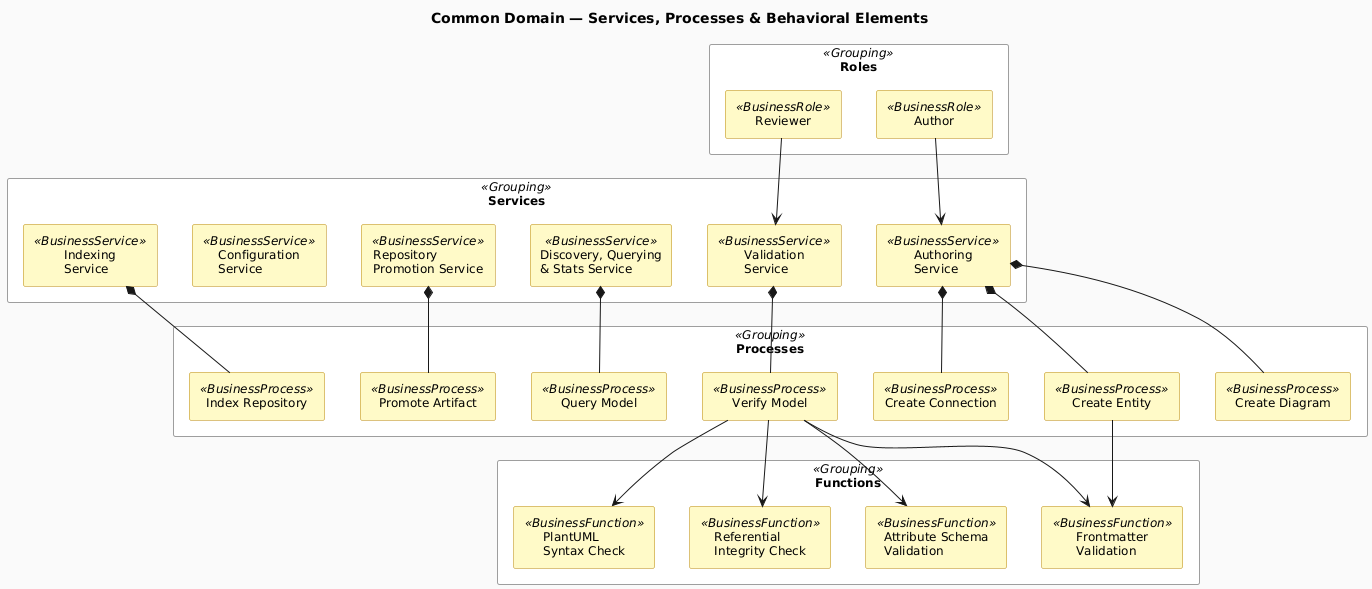
Above: engagements/ENG-ARCH-REPO/architecture-repository/diagram-catalog/diagrams/rendered/common-services-processes.png in mbauer83/assisted-architecture-management (PlantUML), before the change. The source it was exported from:
```plantuml
@startuml common-services-processes
!include ../_archimate-stereotypes.puml

title Common Domain — Services, Processes & Behavioral Elements

rectangle "Services" <<Grouping>> {
  rectangle "Authoring\nService" <<BusinessService>> as SRV_Au1Th1
  rectangle "Validation\nService" <<BusinessService>> as SRV_Ij6Kl6
  rectangle "Discovery, Querying\n& Stats Service" <<BusinessService>> as SRV_Qr8St8
  rectangle "Repository\nPromotion Service" <<BusinessService>> as SRV_Uv9Wx9
  rectangle "Configuration\nService" <<BusinessService>> as SRV_e5MCiF
  rectangle "Indexing\nService" <<BusinessService>> as SRV_3I3Dtc
}

rectangle "Processes" <<Grouping>> {
  rectangle "Create Entity" <<BusinessProcess>> as PRC_pFq3jC
  rectangle "Create Connection" <<BusinessProcess>> as PRC_ocenhK
  rectangle "Create Diagram" <<BusinessProcess>> as PRC_iGIf7W
  rectangle "Verify Model" <<BusinessProcess>> as PRC_oLRrwL
  rectangle "Index Repository" <<BusinessProcess>> as PRC_iJuFgE
  rectangle "Promote Artifact" <<BusinessProcess>> as PRC_0Rz5Ex
  rectangle "Query Model" <<BusinessProcess>> as PRC_vGhe4Z
}

rectangle "Functions" <<Grouping>> {
  rectangle "Frontmatter\nValidation" <<BusinessFunction>> as FNC_ahr0mT
  rectangle "Attribute Schema\nValidation" <<BusinessFunction>> as FNC_B_F_Sq
  rectangle "Referential\nIntegrity Check" <<BusinessFunction>> as FNC_eAkU8w
  rectangle "PlantUML\nSyntax Check" <<BusinessFunction>> as FNC_wIVwom
}

rectangle "Roles" <<Grouping>> {
  rectangle "Author" <<BusinessRole>> as ROL_deMuTj
  rectangle "Reviewer" <<BusinessRole>> as ROL_6VGCvh
}

SRV_Au1Th1 *-- PRC_pFq3jC
SRV_Au1Th1 *-- PRC_ocenhK
SRV_Au1Th1 *-- PRC_iGIf7W
SRV_Ij6Kl6 *-- PRC_oLRrwL
SRV_3I3Dtc *-- PRC_iJuFgE
SRV_Uv9Wx9 *-- PRC_0Rz5Ex
SRV_Qr8St8 *-- PRC_vGhe4Z

PRC_oLRrwL --> FNC_ahr0mT
PRC_oLRrwL --> FNC_B_F_Sq
PRC_oLRrwL --> FNC_eAkU8w
PRC_oLRrwL --> FNC_wIVwom
PRC_pFq3jC --> FNC_ahr0mT

ROL_deMuTj --> SRV_Au1Th1
ROL_6VGCvh --> SRV_Ij6Kl6

@enduml
```
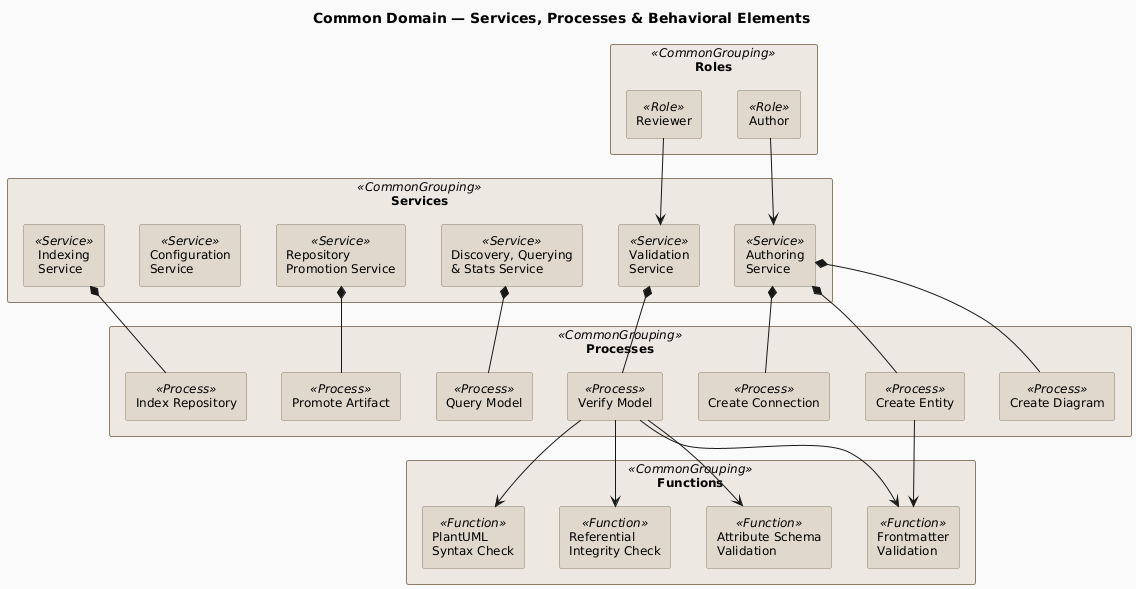
Later version of the same file.

The edit, as a diff of the source:
```diff
@@ -3,35 +3,35 @@
 
 title Common Domain — Services, Processes & Behavioral Elements
 
-rectangle "Services" <<Grouping>> {
-  rectangle "Authoring\nService" <<BusinessService>> as SRV_Au1Th1
-  rectangle "Validation\nService" <<BusinessService>> as SRV_Ij6Kl6
-  rectangle "Discovery, Querying\n& Stats Service" <<BusinessService>> as SRV_Qr8St8
-  rectangle "Repository\nPromotion Service" <<BusinessService>> as SRV_Uv9Wx9
-  rectangle "Configuration\nService" <<BusinessService>> as SRV_e5MCiF
-  rectangle "Indexing\nService" <<BusinessService>> as SRV_3I3Dtc
+rectangle "Services" <<CommonGrouping>> {
+  rectangle "Authoring\nService" <<Service>> as SRV_Au1Th1
+  rectangle "Validation\nService" <<Service>> as SRV_Ij6Kl6
+  rectangle "Discovery, Querying\n& Stats Service" <<Service>> as SRV_Qr8St8
+  rectangle "Repository\nPromotion Service" <<Service>> as SRV_Uv9Wx9
+  rectangle "Configuration\nService" <<Service>> as SRV_e5MCiF
+  rectangle "Indexing\nService" <<Service>> as SRV_3I3Dtc
 }
 
-rectangle "Processes" <<Grouping>> {
-  rectangle "Create Entity" <<BusinessProcess>> as PRC_pFq3jC
-  rectangle "Create Connection" <<BusinessProcess>> as PRC_ocenhK
-  rectangle "Create Diagram" <<BusinessProcess>> as PRC_iGIf7W
-  rectangle "Verify Model" <<BusinessProcess>> as PRC_oLRrwL
-  rectangle "Index Repository" <<BusinessProcess>> as PRC_iJuFgE
-  rectangle "Promote Artifact" <<BusinessProcess>> as PRC_0Rz5Ex
-  rectangle "Query Model" <<BusinessProcess>> as PRC_vGhe4Z
+rectangle "Processes" <<CommonGrouping>> {
+  rectangle "Create Entity" <<Process>> as PRC_pFq3jC
+  rectangle "Create Connection" <<Process>> as PRC_ocenhK
+  rectangle "Create Diagram" <<Process>> as PRC_iGIf7W
+  rectangle "Verify Model" <<Process>> as PRC_oLRrwL
+  rectangle "Index Repository" <<Process>> as PRC_iJuFgE
+  rectangle "Promote Artifact" <<Process>> as PRC_0Rz5Ex
+  rectangle "Query Model" <<Process>> as PRC_vGhe4Z
 }
 
-rectangle "Functions" <<Grouping>> {
-  rectangle "Frontmatter\nValidation" <<BusinessFunction>> as FNC_ahr0mT
-  rectangle "Attribute Schema\nValidation" <<BusinessFunction>> as FNC_B_F_Sq
-  rectangle "Referential\nIntegrity Check" <<BusinessFunction>> as FNC_eAkU8w
-  rectangle "PlantUML\nSyntax Check" <<BusinessFunction>> as FNC_wIVwom
+rectangle "Functions" <<CommonGrouping>> {
+  rectangle "Frontmatter\nValidation" <<Function>> as FNC_ahr0mT
+  rectangle "Attribute Schema\nValidation" <<Function>> as FNC_B_F_Sq
+  rectangle "Referential\nIntegrity Check" <<Function>> as FNC_eAkU8w
+  rectangle "PlantUML\nSyntax Check" <<Function>> as FNC_wIVwom
 }
 
-rectangle "Roles" <<Grouping>> {
-  rectangle "Author" <<BusinessRole>> as ROL_deMuTj
-  rectangle "Reviewer" <<BusinessRole>> as ROL_6VGCvh
+rectangle "Roles" <<CommonGrouping>> {
+  rectangle "Author" <<Role>> as ROL_deMuTj
+  rectangle "Reviewer" <<Role>> as ROL_6VGCvh
 }
 
 SRV_Au1Th1 *-- PRC_pFq3jC
```
